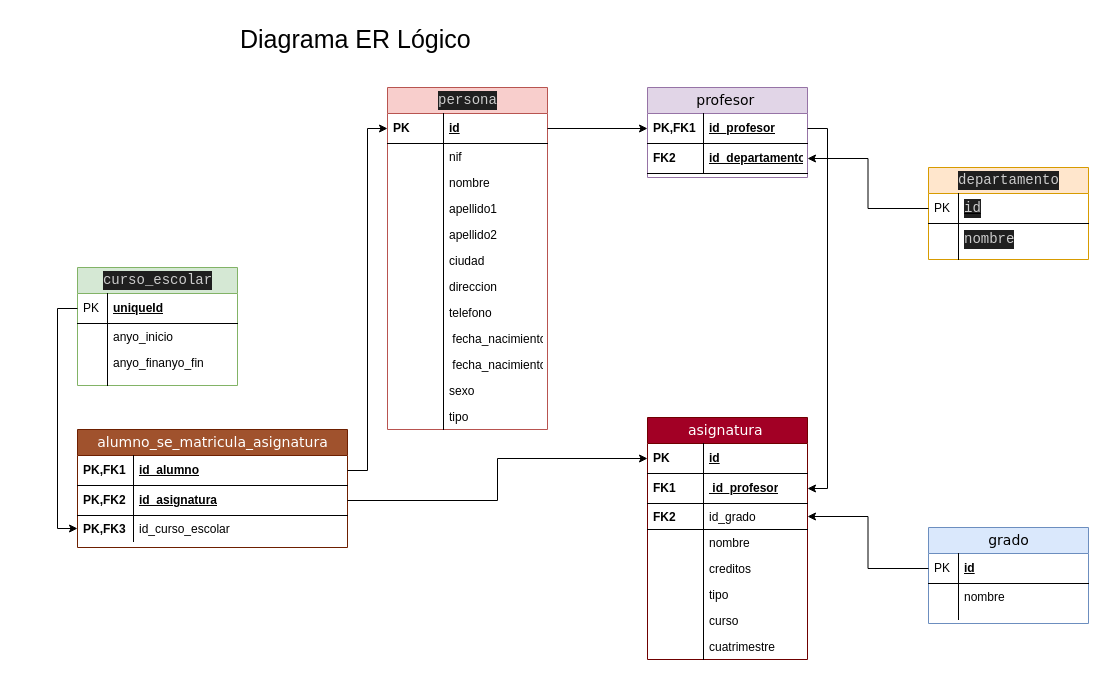
Before: Examen.drawio in artissce/BD_FALL2024, a draw.io diagram. Source tidied: cells renumbered, new cells numbered last; positions are measured from the earlier drawing's top-left corner, leaving out a move shared by most shapes. Both pictures are drawn from the tidied source at 100%, with x=0, y=0 at pixel (77, 17).
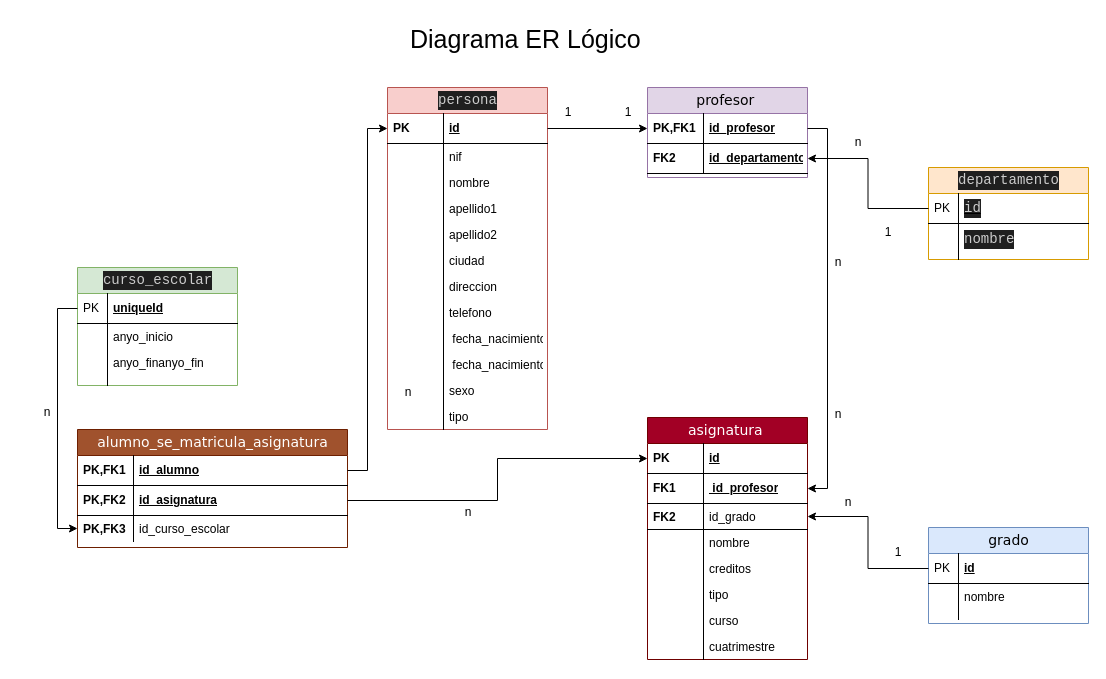
Above is the later version.

What changed in the source:
```diff
@@
     <mxCell id="79" value="&lt;font style=&quot;font-size: 25px;&quot;&gt;Diagrama ER Lógico&lt;/font&gt;" style="text;whiteSpace=wrap;html=1;" parent="1" vertex="1">
-      <mxGeometry x="161" width="290" height="40" as="geometry" />
+      <mxGeometry x="331" width="290" height="40" as="geometry" />
     </mxCell>
@@
+    <mxCell id="87" value="1" style="text;html=1;align=center;verticalAlign=middle;whiteSpace=wrap;rounded=0;" parent="1" vertex="1">
+      <mxGeometry x="781" y="200" width="60" height="30" as="geometry" />
+    </mxCell>
+    <mxCell id="88" value="n" style="text;html=1;align=center;verticalAlign=middle;whiteSpace=wrap;rounded=0;" parent="1" vertex="1">
+      <mxGeometry x="751" y="110" width="60" height="30" as="geometry" />
+    </mxCell>
+    <mxCell id="89" value="1" style="text;html=1;align=center;verticalAlign=middle;whiteSpace=wrap;rounded=0;" parent="1" vertex="1">
+      <mxGeometry x="521" y="80" width="60" height="30" as="geometry" />
+    </mxCell>
+    <mxCell id="90" value="1" style="text;html=1;align=center;verticalAlign=middle;whiteSpace=wrap;rounded=0;" parent="1" vertex="1">
+      <mxGeometry x="461" y="80" width="60" height="30" as="geometry" />
+    </mxCell>
+    <mxCell id="91" value="1" style="text;html=1;align=center;verticalAlign=middle;whiteSpace=wrap;rounded=0;" parent="1" vertex="1">
+      <mxGeometry x="791" y="520" width="60" height="30" as="geometry" />
+    </mxCell>
+    <mxCell id="92" value="n" style="text;html=1;align=center;verticalAlign=middle;whiteSpace=wrap;rounded=0;" parent="1" vertex="1">
+      <mxGeometry x="741" y="470" width="60" height="30" as="geometry" />
+    </mxCell>
+    <mxCell id="93" value="n" style="text;html=1;align=center;verticalAlign=middle;whiteSpace=wrap;rounded=0;" parent="1" vertex="1">
+      <mxGeometry x="731" y="230" width="60" height="30" as="geometry" />
+    </mxCell>
+    <mxCell id="94" value="n" style="text;html=1;align=center;verticalAlign=middle;whiteSpace=wrap;rounded=0;" parent="1" vertex="1">
+      <mxGeometry x="731" y="382" width="60" height="30" as="geometry" />
+    </mxCell>
+    <mxCell id="95" value="n" style="text;html=1;align=center;verticalAlign=middle;whiteSpace=wrap;rounded=0;" parent="1" vertex="1">
+      <mxGeometry x="301" y="360" width="60" height="30" as="geometry" />
+    </mxCell>
+    <mxCell id="96" value="n" style="text;html=1;align=center;verticalAlign=middle;whiteSpace=wrap;rounded=0;" parent="1" vertex="1">
+      <mxGeometry x="-60" y="380" width="60" height="30" as="geometry" />
+    </mxCell>
+    <mxCell id="97" value="n" style="text;html=1;align=center;verticalAlign=middle;whiteSpace=wrap;rounded=0;" parent="1" vertex="1">
+      <mxGeometry x="361" y="480" width="60" height="30" as="geometry" />
+    </mxCell>
```
